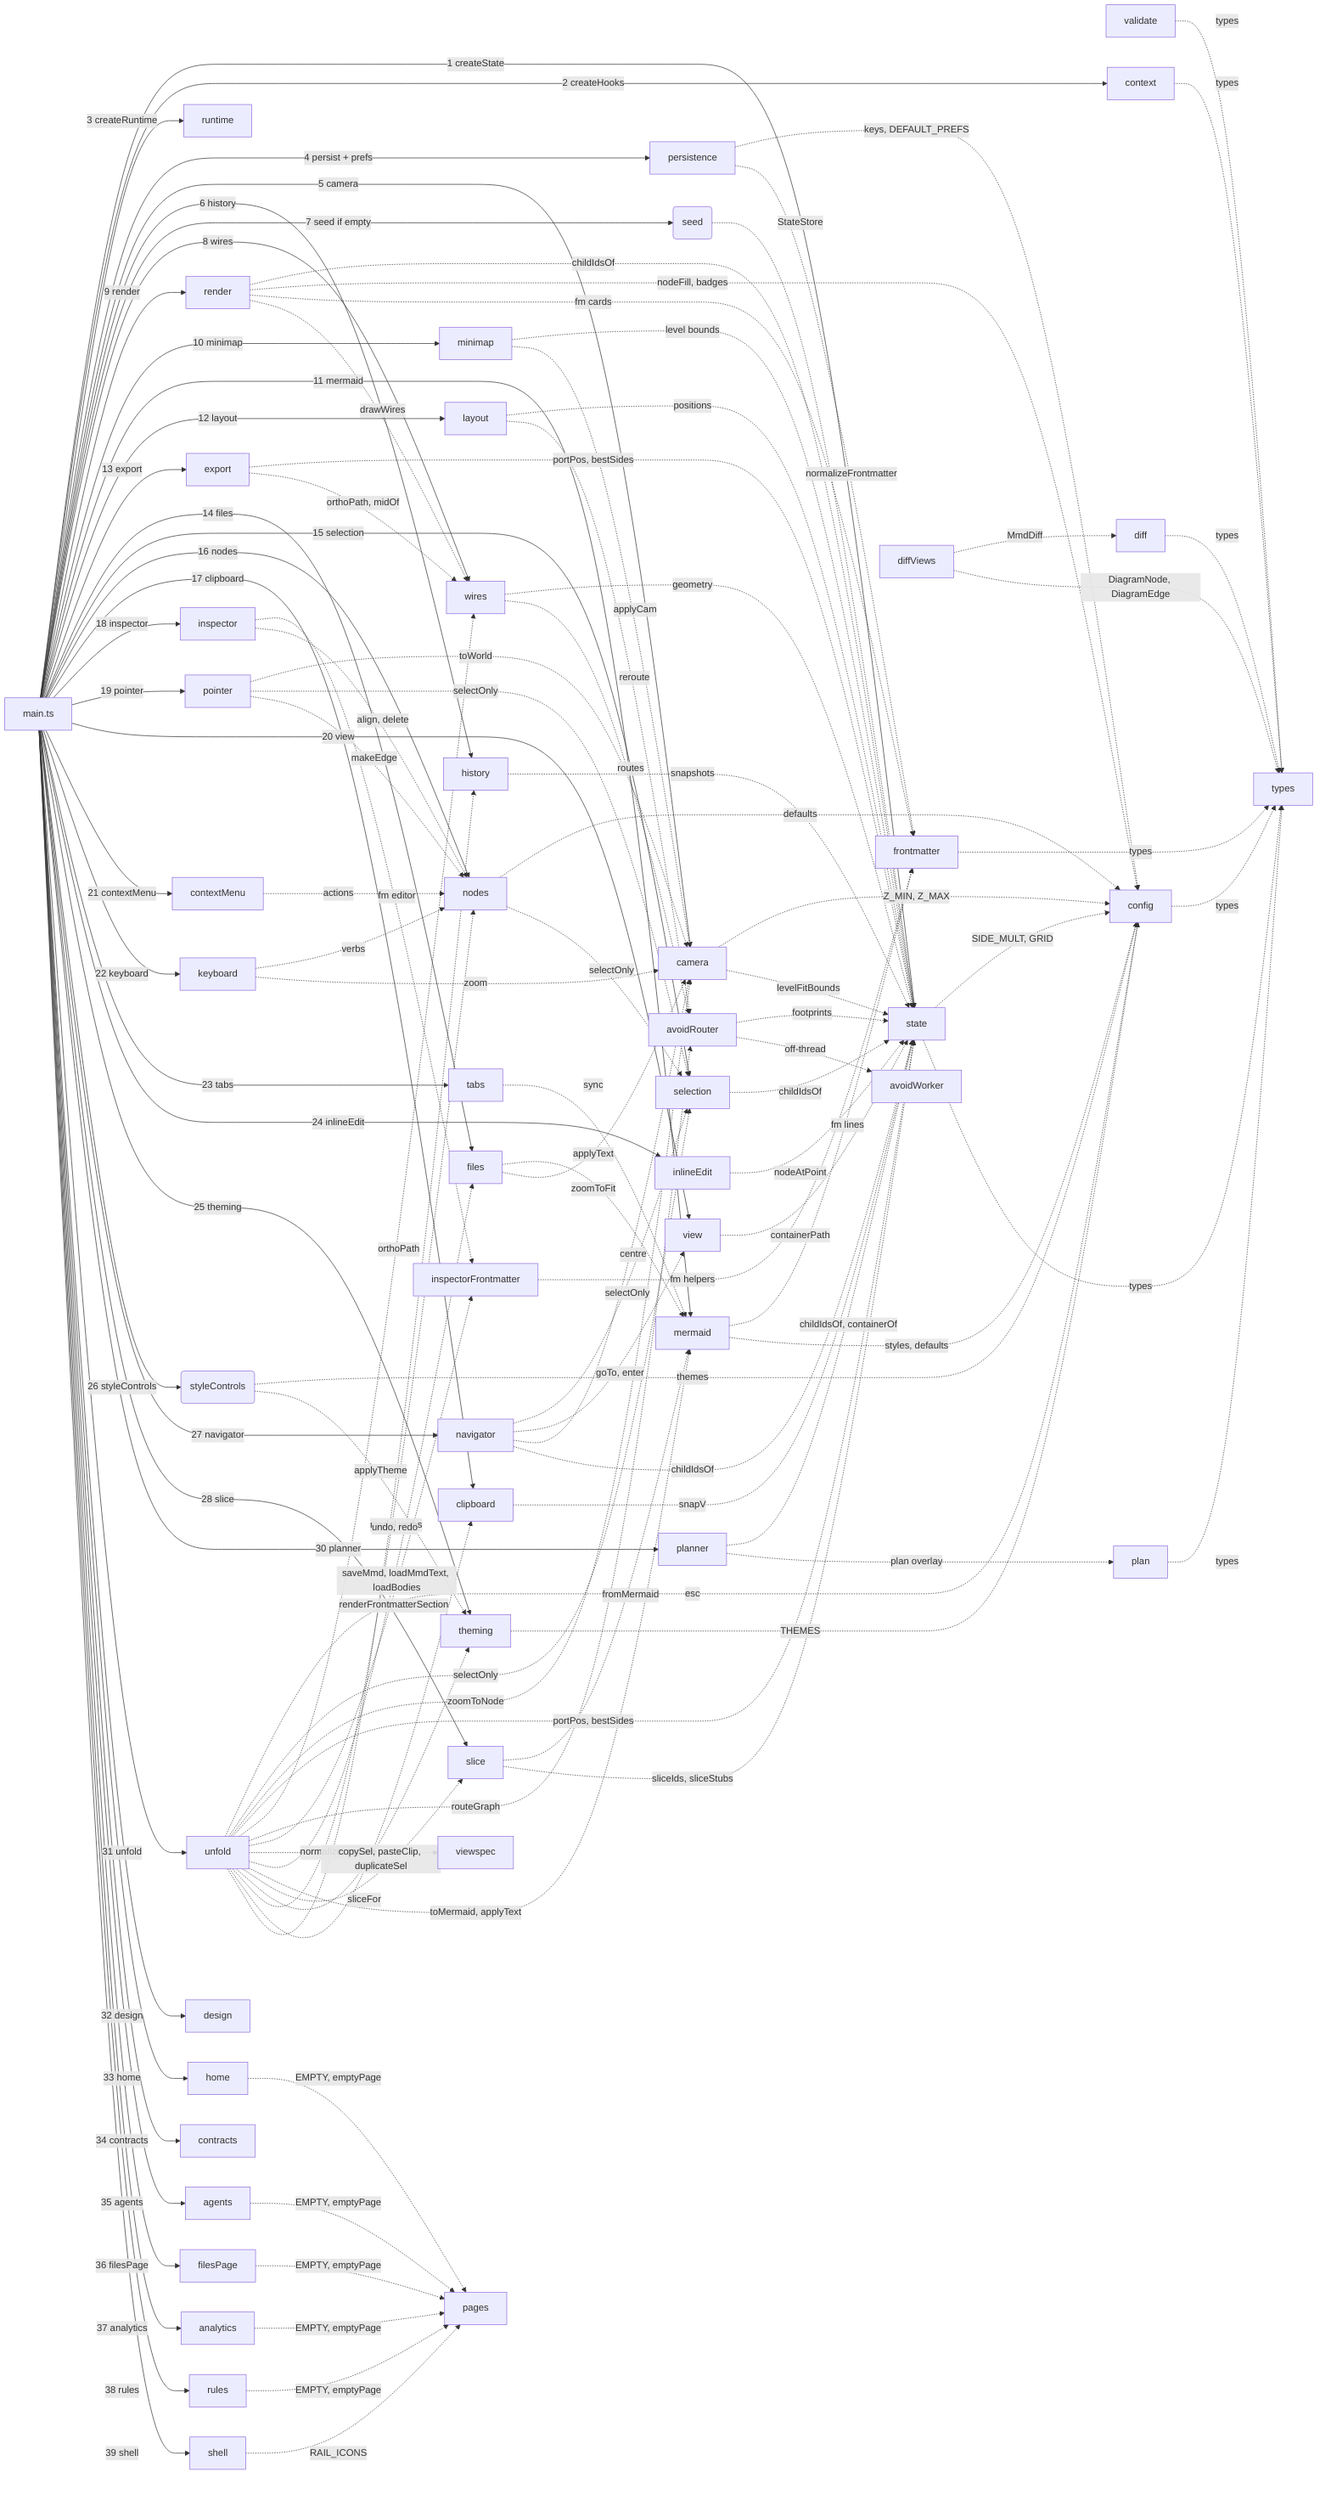
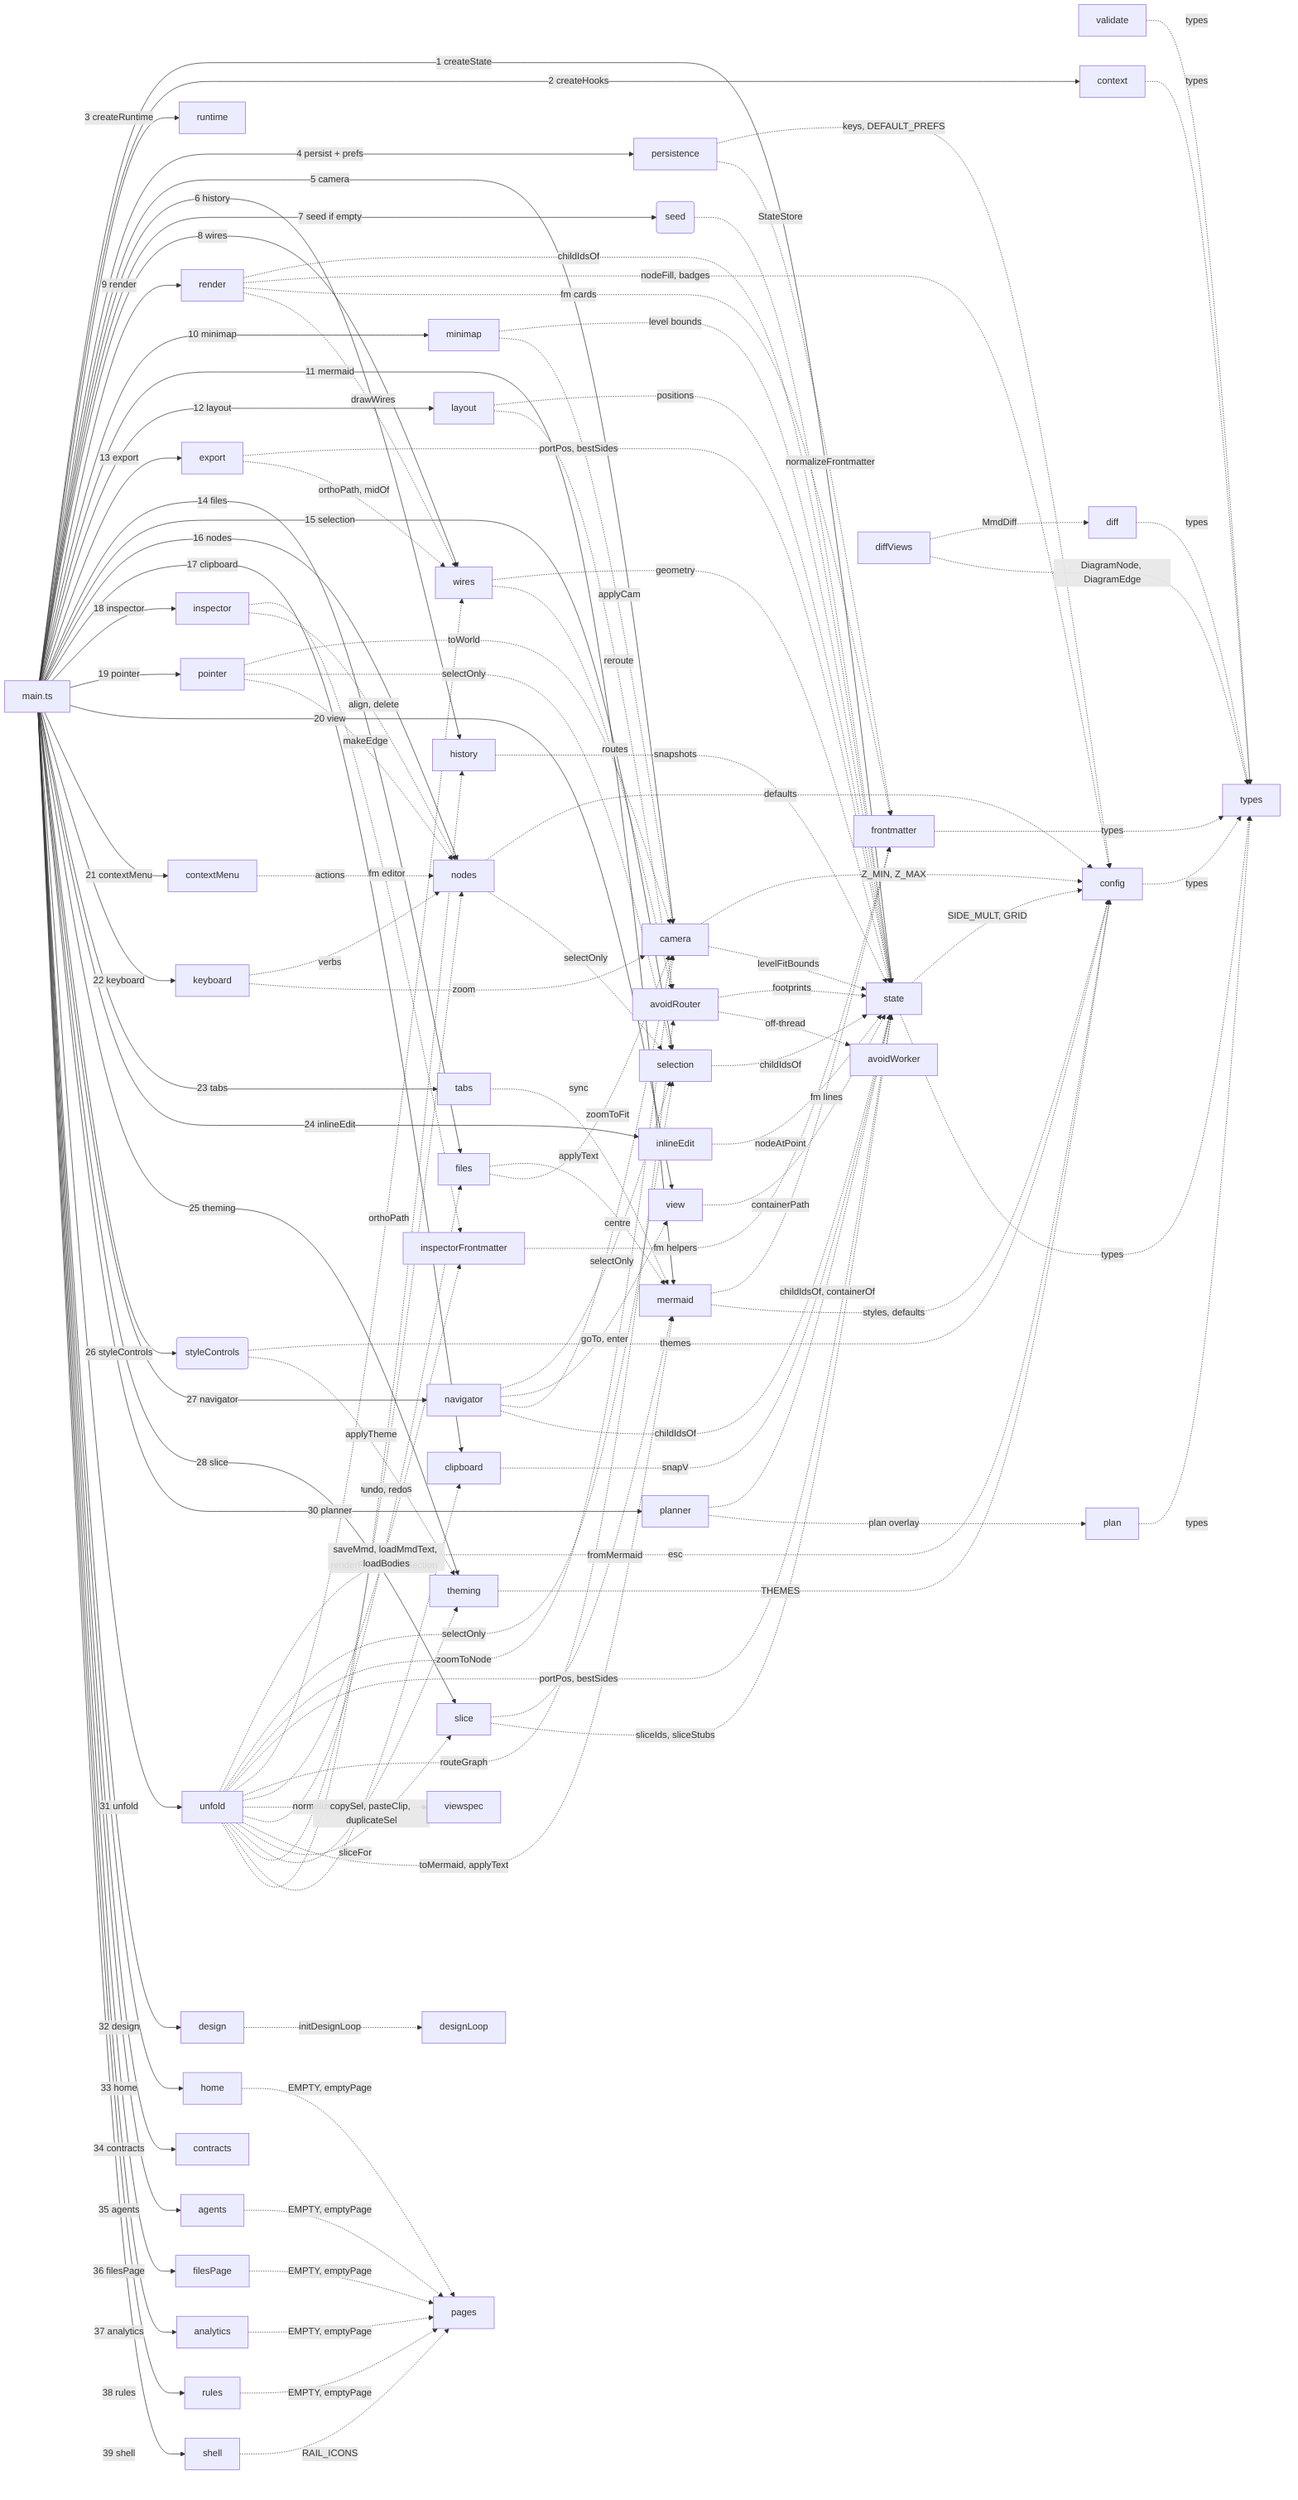
flowchart LR
%% root main

%% fm:meta main name=main
%% fm:meta main desc=composition root; builds AppContext, runs each initX in dependency order, wires hooks, boots
%% fm:meta state name=state
%% fm:meta state desc=the live diagram model (nodes, edges, selection, id counters) plus pure geometry + containment helpers
%% fm:meta frontmatter name=frontmatter
%% fm:meta frontmatter desc=per-node public-interface metadata; create, prune, serialize and parse to Mermaid %% lines
%% fm:meta validate name=validate
%% fm:meta validate desc=pure model integrity and serialize-parse round-trip checks; no DOM, types only
%% fm:meta history name=history
%% fm:meta history desc=bounded undo/redo stack of JSON model snapshots; restore writes back through hooks
%% fm:meta persistence name=persistence
%% fm:meta persistence desc=debounced autosave of model + camera to localStorage, plus load/save of Prefs
%% fm:meta camera name=camera
%% fm:meta camera desc=viewport pan and zoom transform; screen-to-world, applyCam, zoomAt, zoomToFit
%% fm:meta context name=context
%% fm:meta context desc=defines AppContext and the cross-module hook seam that breaks import cycles
%% fm:meta config name=config
%% fm:meta config desc=static lookup tables, palette, themes, fonts, zoom limits, storage keys plus tiny pure helpers
%% fm:meta types name=types
%% fm:meta types desc=shared domain types every module reads and writes; the vocabulary of the whole app
%% fm:meta runtime name=runtime
%% fm:meta runtime desc=tiny bag of transient interaction flags the render layer reads and interaction owns
%% fm:meta seed name=seed
%% fm:meta seed desc=first-run sample diagram, used only when there is no autosave to restore
%% fm:meta mermaid name=mermaid
%% fm:meta mermaid desc=two-way Mermaid text and model serializer/parser; the only module that knows the grammar
%% fm:meta layout name=layout
%% fm:meta layout desc=the Tidy automatic layered-tree layout; layers the spine and parks satellites
%% fm:meta exporter name=export
%% fm:meta exporter desc=build a standalone SVG from the model and export as a downloaded SVG or PNG
%% fm:meta files name=files
%% fm:meta files desc=save the diagram as a .mmd file and load a .mmd or bodies.json back in
%% fm:meta render name=render
%% fm:meta render desc=rebuild node DOM from the model each render; frontmatter cards, ports, drill affordance
%% fm:meta wires name=wires
%% fm:meta wires desc=draw all edges into the SVG layer plus the path geometry helpers reused by export
%% fm:meta avoidRouter name=avoidRouter
%% fm:meta avoidRouter desc=obstacle-avoiding orthogonal routing of reference edges via the libavoid WASM router
%% fm:meta minimap name=minimap
%% fm:meta minimap desc=paint the overview canvas and translate clicks and drags into camera moves
%% fm:meta avoidWorker name=avoidWorker
%% fm:meta avoidWorker desc=run the libavoid router in a dedicated worker so routing never blocks the main thread
%% fm:meta pointer name=pointer
%% fm:meta pointer desc=direct-manipulation on the canvas: drag, marquee, pan, resize, port-drag linking
%% fm:meta nodes name=nodes
%% fm:meta nodes desc=create/modify/destroy verbs on the model: addNode, makeEdge, deleteSelection, align, group
%% fm:meta selection name=selection
%% fm:meta selection desc=user-facing selection verbs that mutate sel then render and refresh the inspector
%% fm:meta clipboard name=clipboard
%% fm:meta clipboard desc=in-memory copy, paste with id remapping, and duplicate of the selection
%% fm:meta keyboard name=keyboard
%% fm:meta keyboard desc=global key and wheel handling: undo, clipboard, delete, nudge, quick-add, zoom, pan
%% fm:meta inlineEdit name=inlineEdit
%% fm:meta inlineEdit desc=double-click contenteditable label editing plus the dblclick drop-and-edit flow
%% fm:meta contextMenu name=contextMenu
%% fm:meta contextMenu desc=build and position the right-click menu with node or canvas actions
%% fm:meta view name=view
%% fm:meta view desc=own the current drill level and the verbs that change it, plus the breadcrumb
%% fm:meta inspector name=inspector
%% fm:meta inspector desc=render the right-hand property editor for a node, multi-selection, or an edge
%% fm:meta inspectorFrontmatter name=inspectorFrontmatter
%% fm:meta inspectorFrontmatter desc=render and wire the frontmatter editor for a single selected node
%% fm:meta tabs name=tabs
%% fm:meta tabs desc=switch the right panel between panes, collapse it, and show transient toasts
%% fm:meta styleControls name=styleControls
%% fm:meta styleControls desc=build and wire the Style tab: theme chips, font, toggles, routing select
%% fm:meta theming name=theming
%% fm:meta theming desc=translate prefs into live CSS variables and canvas state at runtime
%% fm:meta diff name=diff
%% fm:meta diff desc=compare two parsed models and compute the semantic delta: added, removed and changed nodes and edges
%% fm:meta navigator name=navigator
%% fm:meta navigator desc=searchable, filterable node list; click a row to drill, select and centre the camera
%% fm:meta slice name=slice
%% fm:meta slice desc=show a self-contained mmd of the selected node's neighbourhood, with a Copy button
%% fm:meta diffViews name=diffViews
%% fm:meta diffViews desc=four diff-view renderers (list, split, impact, ghost overlay) over a diffModels result; orphaned since diff-workspace.ts (their only caller) was deleted as dead code 2026-07-04 — exercised only by tools/buildspec/diff-views.test.mjs, kept for that test's F-16 canonical-suite guarantee
%% fm:meta plan name=plan
%% fm:meta plan desc=build-plan overlay model (pure): status/intent/phase changes keyed on real nodes/edges, plus blast-radius and coherence helpers
%% fm:meta planner name=planner
%% fm:meta planner desc=full-screen build-plan review surface: status overlay on the real map, tri-pane sync, accept/reject with dependency coherence, gated export to buildspec
%% fm:meta unfold name=unfold
%% fm:meta unfold desc=reading mode: full-screen folded view of ctx.state — containment roots only at arrival, unfold in place, opt-in layers (wires, desc, interfaces, metrics, colour, blast radius), browse tree, inspector with ctx.bodies source; the panel is a resizable, collapsible dock with tabs at the reveal strip on two rows (reveal · io · mermaid / slice · style); model verbs are hidden by default, revealed by selection — overlay-scoped keyboard shortcuts and a selection-only '⋯' actions menu (add/connect/duplicate/copy/paste/wrap/edit/edge ops/delete/clear/undo/redo), every verb gated by the pure ufVerbAllowed
%% fm:meta viewspec name=viewspec
%% fm:meta viewspec desc=the M3 ViewSpec contract (pure): one serializable spec object is the reading view — screen = render(spec); normalizer is the schema boundary, reducer is the only mutation path; also owns the M4 boot-surface contract (AppSurface, resolveBootSurface — read is the sticky default)
%% fm:meta shell name=shell
%% fm:meta shell desc=K3 IDE shell — left icon rail + hash router + page host; the Codebase route reveals the untouched editor, every other tab (design plus the 6 K-seam stubs) renders through its own injected renderX dep (SPEC_SHELL)
%% fm:meta pages name=pages
%% fm:meta pages desc=K3 IDE shell empty-state data + rail icon glyphs: EMPTY table, emptyPage factory, RAIL_ICONS (design has no row any more — K5 made it a real page; the other 6 rows are now each read by their own K-seam stub module instead of by shell.ts directly)
%% fm:meta design name=design
%% fm:meta design desc=K5 Design tab — outcome -> ONE question -> draft card (toggle-driven structural blocks) -> confirm -> hand-off to Contracts; design-model.ts's record + pure transitions, design-render.ts's DOM builders, design.ts's factory (SPEC_DESIGN.md)
+ %% fm:meta designLoop name=designLoop
+ %% fm:meta designLoop desc=K5.2 design loop — AI draft pair (contract json + pointer-stamped html projection) reviewed in a sandboxed frame: click → pointer → keep/change → sealed two-file outcome; design-loop.ts pure core + design-loop-render.ts surface, mounted by design.ts
%% fm:meta home name=home
%% fm:meta home desc=K-seam stub for K8 Home — thin initHome(ctx) factory rendering pages.ts's home empty-state row via emptyPage(); pre-wired so K8 owns src/ide/home.ts without touching main.ts/shell.ts/pages.ts again
%% fm:meta contracts name=contracts
%% fm:meta contracts desc=K4 Contracts tab — read-only initContracts(ctx) factory: index-first fetch of plan/packet/verdict artifacts, list render with DONE/needs-you grouping, in-page swap to the per-build certificate document (contracts-doc.ts); never invokes tooling, never mutates state
%% fm:meta agents name=agents
%% fm:meta agents desc=K-seam stub for K6 Agents — thin initAgents(ctx) factory rendering pages.ts's agents empty-state row via emptyPage(); K6 replaces the render body with the real xterm.js-over-K2-bridge terminal
%% fm:meta filesPage name=filesPage
%% fm:meta filesPage desc=K-seam stub for K7 Files — thin initFilesPage(ctx) factory rendering pages.ts's files empty-state row via emptyPage(); also exports the RepoScope type-only placeholder other lanes may import ahead of K7
%% fm:meta analytics name=analytics
%% fm:meta analytics desc=K-seam stub for K10 Analytics — thin initAnalytics(ctx) factory rendering pages.ts's analytics empty-state row via emptyPage()
%% fm:meta rules name=rules
%% fm:meta rules desc=K-seam stub for K9 Rules — thin initRules(ctx) factory rendering pages.ts's rules empty-state row via emptyPage()

%% kind main module
%% kind state module
%% kind frontmatter module
%% kind validate module
%% kind history module
%% kind persistence module
%% kind camera module
%% kind context module
%% kind config module
%% kind types module
%% kind runtime module
%% kind seed function
%% kind mermaid module
%% kind layout module
%% kind exporter module
%% kind files module
%% kind render module
%% kind wires module
%% kind avoidRouter module
%% kind minimap module
%% kind avoidWorker module
%% kind pointer module
%% kind nodes module
%% kind selection module
%% kind clipboard module
%% kind keyboard module
%% kind inlineEdit module
%% kind contextMenu module
%% kind view module
%% kind inspector module
%% kind inspectorFrontmatter module
%% kind tabs module
%% kind styleControls function
%% kind theming module
%% kind diff module
%% kind navigator module
%% kind slice module
%% kind diffViews module
%% kind plan module
%% kind planner module
%% kind unfold module
%% kind viewspec module
%% kind shell module
%% kind pages module
%% kind design module
+ %% kind designLoop module
%% kind home module
%% kind contracts module
%% kind agents module
%% kind filesPage module
%% kind analytics module
%% kind rules module

  main["main.ts"]
  state["state"]
  frontmatter["frontmatter"]
  validate["validate"]
  history["history"]
  persistence["persistence"]
  camera["camera"]
  context["context"]
  config["config"]
  types["types"]
  runtime["runtime"]
  seed("seed")
  mermaid["mermaid"]
  layout["layout"]
  exporter["export"]
  files["files"]
  render["render"]
  wires["wires"]
  avoidRouter["avoidRouter"]
  minimap["minimap"]
  avoidWorker["avoidWorker"]
  pointer["pointer"]
  nodes["nodes"]
  selection["selection"]
  clipboard["clipboard"]
  keyboard["keyboard"]
  inlineEdit["inlineEdit"]
  contextMenu["contextMenu"]
  view["view"]
  inspector["inspector"]
  inspectorFrontmatter["inspectorFrontmatter"]
  tabs["tabs"]
  styleControls("styleControls")
  theming["theming"]
  diff["diff"]
  navigator["navigator"]
  slice["slice"]
  diffViews["diffViews"]
  plan["plan"]
  planner["planner"]
  unfold["unfold"]
  viewspec["viewspec"]
  shell["shell"]
  pages["pages"]
  design["design"]
+   designLoop["designLoop"]
  home["home"]
  contracts["contracts"]
  agents["agents"]
  filesPage["filesPage"]
  analytics["analytics"]
  rules["rules"]

  main -->|1 createState| state
  main -->|2 createHooks| context
  main -->|3 createRuntime| runtime
  main -->|4 persist + prefs| persistence
  main -->|5 camera| camera
  main -->|6 history| history
  main -->|7 seed if empty| seed
  main -->|8 wires| wires
  main -->|9 render| render
  main -->|10 minimap| minimap
  main -->|11 mermaid| mermaid
  main -->|12 layout| layout
  main -->|13 export| exporter
  main -->|14 files| files
  main -->|15 selection| selection
  main -->|16 nodes| nodes
  main -->|17 clipboard| clipboard
  main -->|18 inspector| inspector
  main -->|19 pointer| pointer
  main -->|20 view| view
  main -->|21 contextMenu| contextMenu
  main -->|22 keyboard| keyboard
  main -->|23 tabs| tabs
  main -->|24 inlineEdit| inlineEdit
  main -->|25 theming| theming
  main -->|26 styleControls| styleControls
  config -.->|types| types
  state -.->|SIDE_MULT, GRID| config
  state -.->|types| types
  camera -.->|Z_MIN, Z_MAX| config
  camera -.->|levelFitBounds| state
  persistence -.->|keys, DEFAULT_PREFS| config
  persistence -.->|normalizeFrontmatter| frontmatter
  history -.->|snapshots| state
  frontmatter -.->|types| types
  validate -.->|types| types
  seed -.->|StateStore| state
  context -.->|types| types
  render -.->|childIdsOf| state
  render -.->|nodeFill, badges| config
  render -.->|fm cards| frontmatter
  render -.->|drawWires| wires
  wires -.->|geometry| state
  wires -.->|routes| avoidRouter
  avoidRouter -.->|footprints| state
  avoidRouter -.->|off-thread| avoidWorker
  layout -.->|positions| state
  layout -.->|reroute| avoidRouter
  minimap -.->|level bounds| state
  minimap -.->|applyCam| camera
  mermaid -.->|fm lines| frontmatter
  mermaid -.->|styles, defaults| config
  exporter -.->|portPos, bestSides| state
  exporter -.->|orthoPath, midOf| wires
  files -.->|applyText| mermaid
  files -.->|zoomToFit| camera
  pointer -.->|toWorld| camera
  pointer -.->|selectOnly| selection
  pointer -.->|makeEdge| nodes
  nodes -.->|defaults| config
  nodes -.->|selectOnly| selection
  selection -.->|childIdsOf| state
  clipboard -.->|snapV| state
  keyboard -.->|verbs| nodes
  keyboard -.->|zoom| camera
  inlineEdit -.->|nodeAtPoint| state
  contextMenu -.->|actions| nodes
  view -.->|containerPath| state
  inspector -.->|fm editor| inspectorFrontmatter
  inspector -.->|align, delete| nodes
  inspectorFrontmatter -.->|fm helpers| frontmatter
  tabs -.->|sync| mermaid
  styleControls -.->|themes| config
  styleControls -.->|applyTheme| theming
  theming -.->|THEMES| config
  main -->|27 navigator| navigator
  main -->|28 slice| slice
  diff -.->|types| types
  diffViews -.->|MmdDiff| diff
  diffViews -.->|DiagramNode, DiagramEdge| types
  navigator -.->|selectOnly| selection
  navigator -.->|goTo, enter| view
  navigator -.->|centre| camera
  navigator -.->|childIdsOf| state
  slice -.->|fromMermaid| mermaid
  slice -.->|sliceIds, sliceStubs| state
  main -->|30 planner| planner
  main -->|31 unfold| unfold
  plan -.->|types| types
  planner -.->|childIdsOf, containerOf| state
  planner -.->|plan overlay| plan
  unfold -.->|esc| config
  unfold -.->|selectOnly| selection
  unfold -.->|zoomToNode| camera
  unfold -.->|portPos, bestSides| state
  unfold -.->|orthoPath| wires
  unfold -.->|routeGraph| avoidRouter
  unfold -.->|renderFrontmatterSection| inspectorFrontmatter
  unfold -.->|normalize, reduce| viewspec
  unfold -.->|saveMmd, loadMmdText, loadBodies| files
  unfold -.->|toMermaid, applyText| mermaid
  unfold -.->|sliceFor| slice
  unfold -.->|applyFont| theming
  unfold -.->|model verbs| nodes
  unfold -.->|copySel, pasteClip, duplicateSel| clipboard
  unfold -.->|undo, redo| history
  main -->|32 design| design
  main -->|33 home| home
  main -->|34 contracts| contracts
  main -->|35 agents| agents
  main -->|36 filesPage| filesPage
  main -->|37 analytics| analytics
  main -->|38 rules| rules
  main -->|39 shell| shell
+   design -.->|initDesignLoop| designLoop
  shell -.->|RAIL_ICONS| pages
  home -.->|EMPTY, emptyPage| pages
  agents -.->|EMPTY, emptyPage| pages
  filesPage -.->|EMPTY, emptyPage| pages
  analytics -.->|EMPTY, emptyPage| pages
  rules -.->|EMPTY, emptyPage| pages

%% ---- reading-mode grouping (%% group dialect directive) ----
%% Promoted from sandbox/unfold/hierarchy.json: the curated responsibility
%% grouping ABOVE modules. No geometry; the canvas ignores it; the unfold
%% surface folds to these regions and stages/aggregates by them.
%% group g_editor "Editor"
%% group g_canvas "Canvas" parent g_editor
%% group g_render_view "Rendering & viewport" parent g_canvas
%% group g_layout_routing "Layout & routing" parent g_canvas
%% group g_direct_manip "Direct manipulation" parent g_canvas
%% group g_side_panels "Side panels" parent g_editor
%% group g_reading "Reading mode" parent g_editor
%% group g_domain "Domain model"
%% group g_core_model "Core model & config" parent g_domain
%% group g_node_meta "Node metadata" parent g_domain
%% group g_history "History & first-run" parent g_domain
%% group g_review "Review & planning"
%% group g_io "Persistence & IO"
%% group g_orchestration "Orchestration"
%% group-member g_render_view render
%% group-member g_render_view wires
%% group-member g_render_view camera
%% group-member g_render_view minimap
%% group-member g_render_view theming
%% group-member g_layout_routing layout
%% group-member g_layout_routing avoidRouter
%% group-member g_layout_routing avoidWorker
%% group-member g_direct_manip pointer
%% group-member g_direct_manip nodes
%% group-member g_direct_manip selection
%% group-member g_direct_manip clipboard
%% group-member g_direct_manip inlineEdit
%% group-member g_direct_manip keyboard
%% group-member g_direct_manip contextMenu
%% group-member g_direct_manip view
%% group-member g_side_panels inspector
%% group-member g_side_panels inspectorFrontmatter
%% group-member g_side_panels tabs
%% group-member g_side_panels styleControls
%% group-member g_side_panels navigator
%% group-member g_side_panels slice
%% group-member g_reading unfold
%% group-member g_reading viewspec
%% group-member g_core_model state
%% group-member g_core_model types
%% group-member g_core_model config
%% group-member g_core_model runtime
%% group-member g_node_meta frontmatter
%% group-member g_node_meta validate
%% group-member g_history history
%% group-member g_history seed
%% group-member g_review diff
%% group-member g_review diffViews
%% group-member g_review plan
%% group-member g_review planner
%% group-member g_io mermaid
%% group-member g_io files
%% group-member g_io persistence
%% group-member g_io exporter
%% group-member g_orchestration main
%% group-member g_orchestration context
